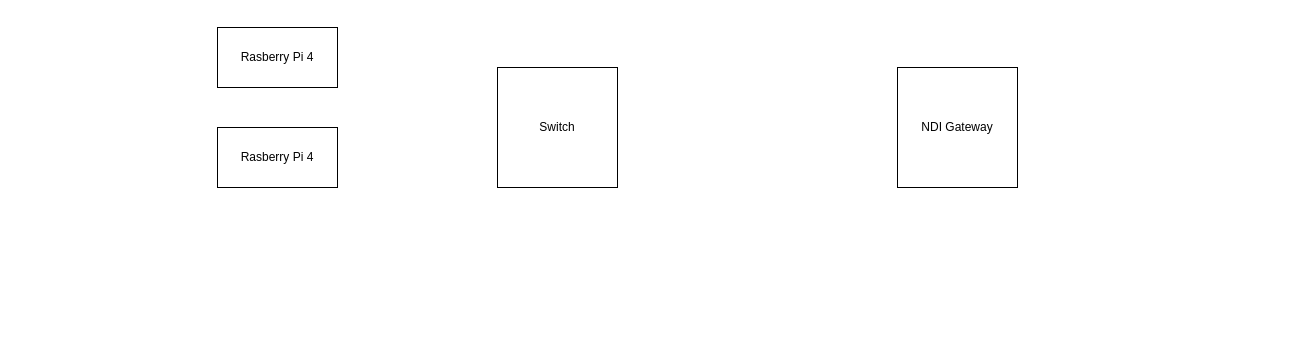
This is portalBroadcast_regie_V1.drawio from ChellAV/portalbroadcastdiagrams, a draw.io file, before an edit. Source tidied: cells renumbered, new cells numbered last; positions are measured from the earlier drawing's top-left corner, leaving out a move shared by most shapes. Both pictures are drawn from the tidied source at 100%, with x=0, y=0 at pixel (217, 27).
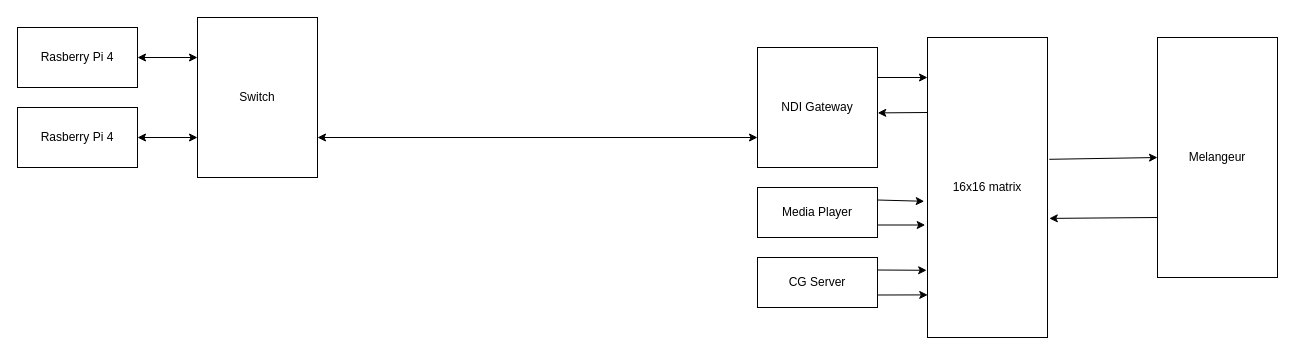
The same diagram, later.

Change to the diagram source:
```diff
@@
     <mxCell id="2" value="NDI Gateway" style="rounded=0;whiteSpace=wrap;html=1;" parent="1" vertex="1">
-      <mxGeometry x="680" y="40" width="120" height="120" as="geometry" />
+      <mxGeometry x="540" y="20" width="120" height="120" as="geometry" />
     </mxCell>
     <mxCell id="3" value="Switch" style="rounded=0;whiteSpace=wrap;html=1;" parent="1" vertex="1">
-      <mxGeometry x="280" y="40" width="120" height="120" as="geometry" />
+      <mxGeometry x="-20" y="-10" width="120" height="160" as="geometry" />
     </mxCell>
     <mxCell id="4" value="Rasberry Pi 4" style="rounded=0;whiteSpace=wrap;html=1;" parent="1" vertex="1">
-      <mxGeometry y="100" width="120" height="60" as="geometry" />
+      <mxGeometry x="-200" y="80" width="120" height="60" as="geometry" />
     </mxCell>
     <mxCell id="5" value="Rasberry Pi 4" style="rounded=0;whiteSpace=wrap;html=1;" parent="1" vertex="1">
-      <mxGeometry width="120" height="60" as="geometry" />
+      <mxGeometry x="-200" width="120" height="60" as="geometry" />
     </mxCell>
+    <mxCell id="6" style="endArrow=classic;startArrow=classic;html=1;rounded=0;exitX=1;exitY=0.5;exitDx=0;exitDy=0;entryX=0;entryY=0.75;entryDx=0;entryDy=0;" parent="1" edge="1" source="4" target="3">
+      <mxGeometry relative="1" as="geometry" />
+    </mxCell>
+    <mxCell id="7" style="endArrow=classic;startArrow=classic;html=1;rounded=0;exitX=1;exitY=0.5;exitDx=0;exitDy=0;entryX=0;entryY=0.25;entryDx=0;entryDy=0;" parent="1" edge="1" source="5" target="3">
+      <mxGeometry relative="1" as="geometry" />
+    </mxCell>
+    <mxCell id="8" style="endArrow=classic;startArrow=classic;html=1;rounded=0;exitX=1;exitY=0.75;exitDx=0;exitDy=0;entryX=0;entryY=0.75;entryDx=0;entryDy=0;" parent="1" edge="1" source="3" target="2">
+      <mxGeometry relative="1" as="geometry" />
+    </mxCell>
+    <mxCell id="9" value="Melangeur" style="rounded=0;whiteSpace=wrap;html=1;" parent="1" vertex="1">
+      <mxGeometry x="940" y="10" width="120" height="240" as="geometry" />
+    </mxCell>
+    <mxCell id="10" value="16x16 matrix" style="rounded=0;whiteSpace=wrap;html=1;" parent="1" vertex="1">
+      <mxGeometry x="710" y="10" width="120" height="300" as="geometry" />
+    </mxCell>
+    <mxCell id="11" style="endArrow=classic;html=1;rounded=0;exitX=1;exitY=0.25;exitDx=0;exitDy=0;" parent="1" edge="1" source="2">
+      <mxGeometry relative="1" as="geometry">
+        <mxPoint x="710" y="50" as="targetPoint" />
+      </mxGeometry>
+    </mxCell>
+    <mxCell id="12" style="endArrow=classic;html=1;rounded=0;exitX=0;exitY=0.25;exitDx=0;exitDy=0;entryX=1.002;entryY=0.545;entryDx=0;entryDy=0;entryPerimeter=0;" parent="1" edge="1" source="10" target="2">
+      <mxGeometry relative="1" as="geometry" />
+    </mxCell>
+    <mxCell id="13" style="endArrow=classic;html=1;rounded=0;exitX=0;exitY=0.75;exitDx=0;exitDy=0;entryX=1.015;entryY=0.603;entryDx=0;entryDy=0;entryPerimeter=0;" parent="1" edge="1" source="9" target="10">
+      <mxGeometry relative="1" as="geometry" />
+    </mxCell>
+    <mxCell id="14" style="endArrow=classic;html=1;rounded=0;entryX=0;entryY=0.5;entryDx=0;entryDy=0;exitX=1.015;exitY=0.406;exitDx=0;exitDy=0;exitPerimeter=0;" parent="1" edge="1" source="10" target="9">
+      <mxGeometry relative="1" as="geometry" />
+    </mxCell>
+    <mxCell id="15" value="Media Player" style="rounded=0;whiteSpace=wrap;html=1;" parent="1" vertex="1">
+      <mxGeometry x="540" y="160" width="120" height="50" as="geometry" />
+    </mxCell>
+    <mxCell id="16" value="CG Server" style="rounded=0;whiteSpace=wrap;html=1;" parent="1" vertex="1">
+      <mxGeometry x="540" y="230" width="120" height="50" as="geometry" />
+    </mxCell>
+    <mxCell id="17" style="endArrow=classic;html=1;rounded=0;exitX=1;exitY=0.25;exitDx=0;exitDy=0;entryX=-0.007;entryY=0.776;entryDx=0;entryDy=0;entryPerimeter=0;" parent="1" edge="1" source="16" target="10">
+      <mxGeometry relative="1" as="geometry" />
+    </mxCell>
+    <mxCell id="18" style="endArrow=classic;html=1;rounded=0;entryX=0.002;entryY=0.858;entryDx=0;entryDy=0;entryPerimeter=0;exitX=1;exitY=0.75;exitDx=0;exitDy=0;" parent="1" edge="1" source="16" target="10">
+      <mxGeometry relative="1" as="geometry" />
+    </mxCell>
+    <mxCell id="19" style="endArrow=classic;html=1;rounded=0;exitX=1;exitY=0.75;exitDx=0;exitDy=0;entryX=-0.019;entryY=0.625;entryDx=0;entryDy=0;entryPerimeter=0;" parent="1" edge="1" source="15" target="10">
+      <mxGeometry relative="1" as="geometry" />
+    </mxCell>
+    <mxCell id="20" style="endArrow=classic;html=1;rounded=0;exitX=1;exitY=0.25;exitDx=0;exitDy=0;entryX=-0.027;entryY=0.546;entryDx=0;entryDy=0;entryPerimeter=0;" parent="1" edge="1" source="15" target="10">
+      <mxGeometry relative="1" as="geometry" />
+    </mxCell>
```
